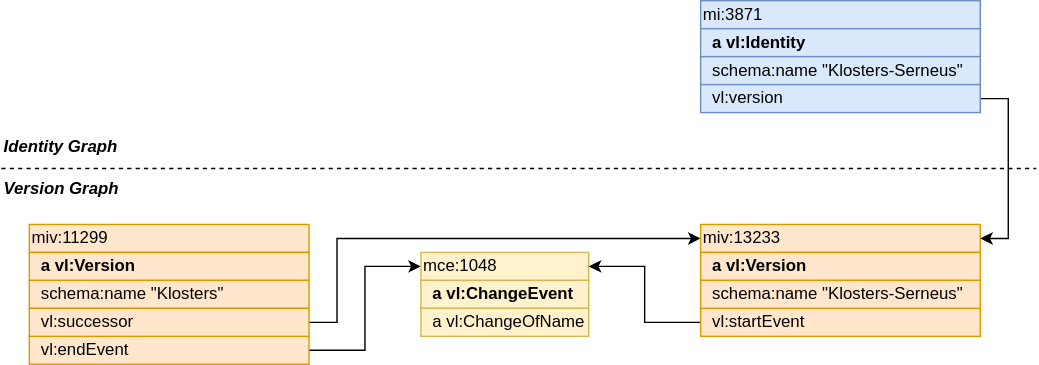
Earlier version of the draw.io export img/basics.svg (SwissFederalArchives/version-link). Source tidied: cells renumbered, new cells last; positions are measured from the earlier drawing's top-left corner, leaving out a move shared by most shapes.
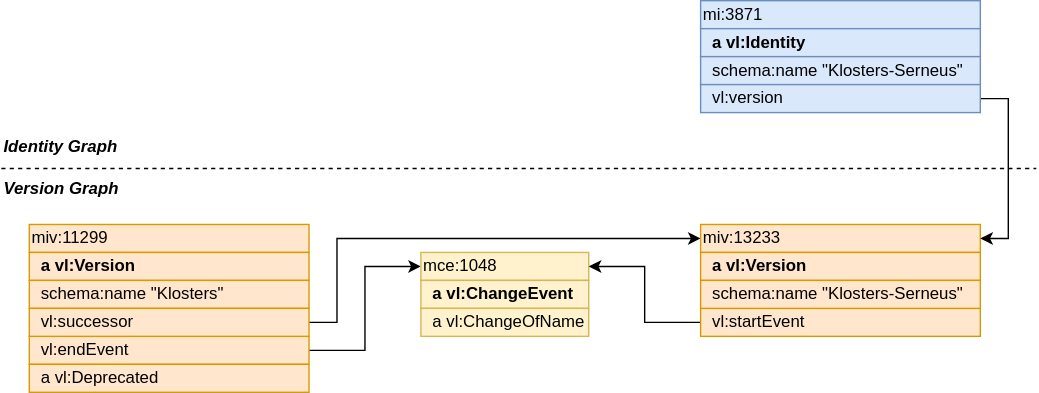
The same diagram one commit later.

Change to the diagram source:
```diff
@@ -89,5 +89,8 @@
     <mxCell id="24" value="&lt;b&gt;&lt;i&gt;Version Graph&lt;/i&gt;&lt;/b&gt;" style="text;html=1;strokeColor=none;fillColor=none;align=left;verticalAlign=middle;whiteSpace=wrap;rounded=0;" parent="1" vertex="1">
       <mxGeometry y="120" width="100" height="30" as="geometry" />
     </mxCell>
+    <mxCell id="25" value="&amp;nbsp; a vl:Deprecated" style="rounded=0;whiteSpace=wrap;html=1;fillColor=#ffe6cc;strokeColor=#d79b00;align=left;fontSize=12;" parent="1" vertex="1">
+      <mxGeometry x="20" y="260" width="200" height="20" as="geometry" />
+    </mxCell>
   </root>
 </mxGraphModel>
```
